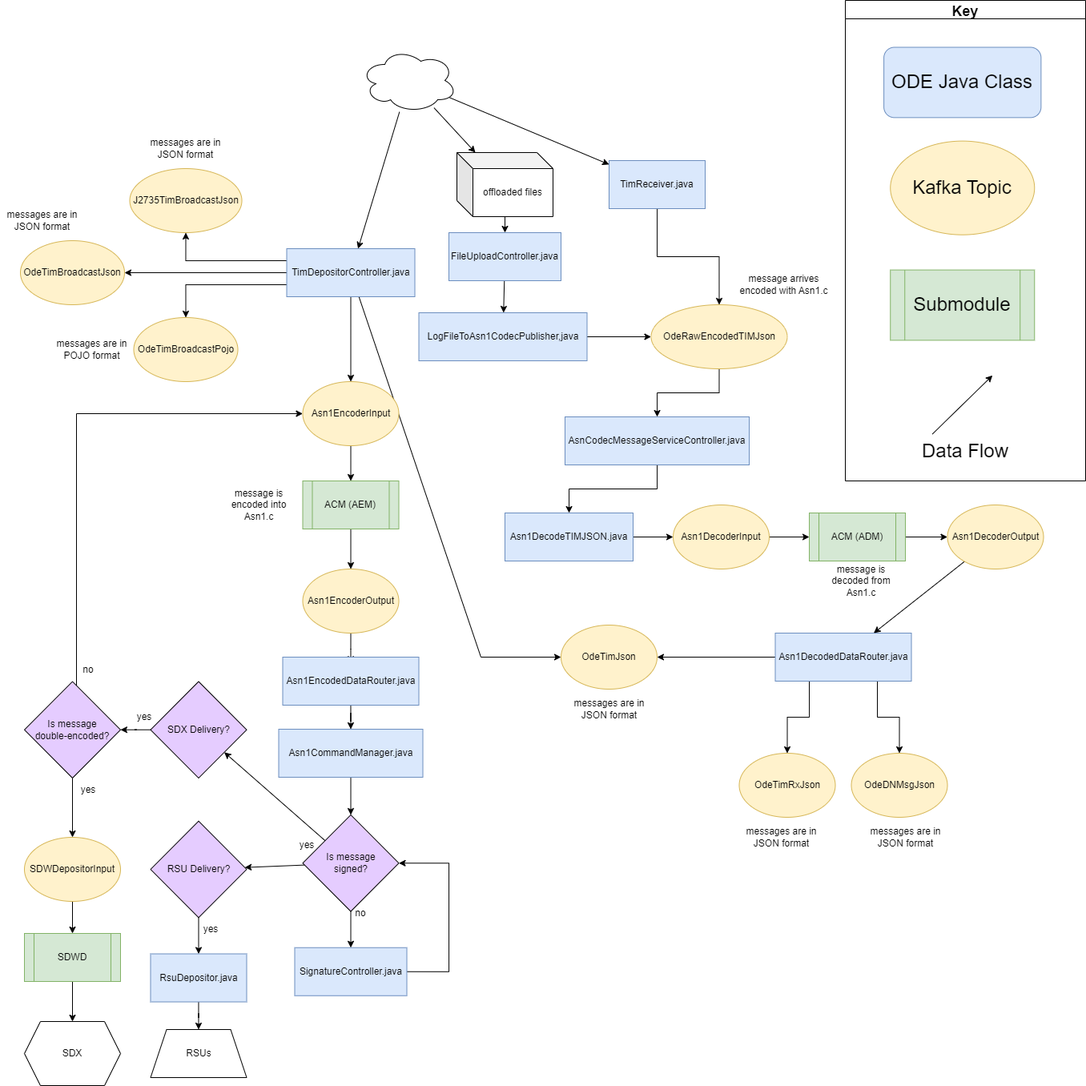
Earlier version of the draw.io export docs/data-flow-diagrams/tim/TIM Data Flow.drawio.png (usdot-jpo-ode/jpo-ode). Source tidied: cells renumbered, new cells last; positions are measured from the earlier drawing's top-left corner, leaving out a move shared by most shapes.
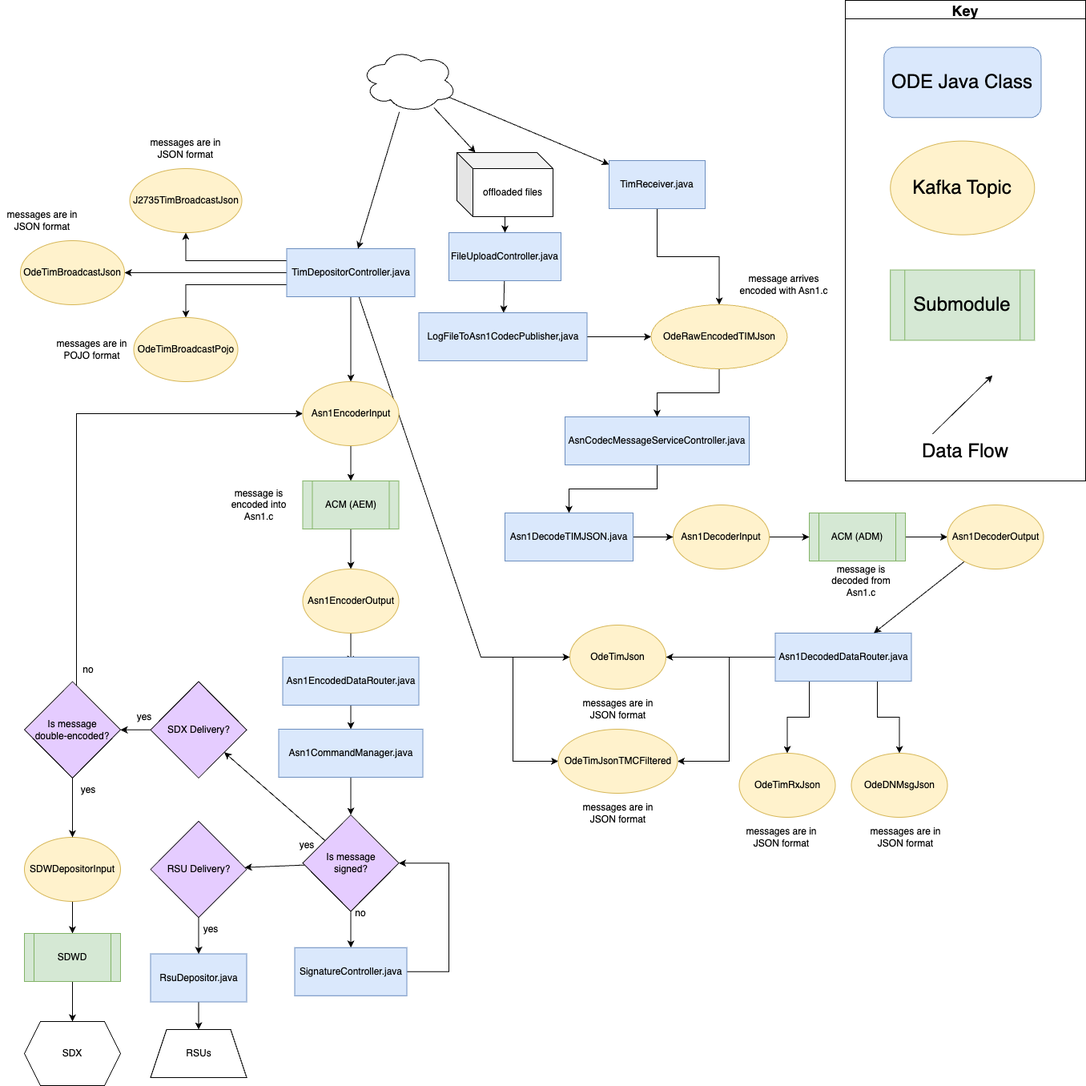
Above is the later version.

Commit message:
TIM Dataflow Diagram Update

What changed in the source:
```diff
@@ -2,7 +2,7 @@
   <root>
     <mxCell id="0" />
     <mxCell id="1" parent="0" />
-    <mxCell id="2" style="edgeStyle=orthogonalEdgeStyle;rounded=0;jettySize=auto;html=1;entryX=1;entryY=0.5;entryDx=0;entryDy=0;exitX=0;exitY=0.5;exitDx=0;exitDy=0;" parent="1" edge="1" source="5" target="22">
+    <mxCell id="2" style="rounded=0;jettySize=auto;html=1;entryX=1;entryY=0.5;entryDx=0;entryDy=0;exitX=0;exitY=0.5;exitDx=0;exitDy=0;" parent="1" edge="1" source="5" target="22">
       <mxGeometry relative="1" as="geometry" />
     </mxCell>
     <mxCell id="3" style="edgeStyle=orthogonalEdgeStyle;rounded=0;jettySize=auto;html=1;exitX=0.25;exitY=1;exitDx=0;exitDy=0;" parent="1" edge="1" source="5" target="21">
@@ -63,7 +63,7 @@
       <mxGeometry x="922.5" y="940" width="120" height="80" as="geometry" />
     </mxCell>
     <mxCell id="22" value="OdeTimJson" style="ellipse;whiteSpace=wrap;html=1;fillColor=#fff2cc;strokeColor=#d6b656;" parent="1" vertex="1">
-      <mxGeometry x="700" y="780" width="120" height="80" as="geometry" />
+      <mxGeometry x="711" y="780" width="120" height="80" as="geometry" />
     </mxCell>
     <mxCell id="23" style="edgeStyle=orthogonalEdgeStyle;rounded=0;jettySize=auto;html=1;" parent="1" edge="1" source="28" target="31">
       <mxGeometry relative="1" as="geometry" />
@@ -150,7 +150,7 @@
       <mxGeometry x="267.5" y="605" width="110" height="50" as="geometry" />
     </mxCell>
     <mxCell id="48" value="messages are in JSON format" style="text;html=1;strokeColor=none;fillColor=none;align=center;verticalAlign=middle;whiteSpace=wrap;rounded=0;" parent="1" vertex="1">
-      <mxGeometry x="707.5" y="860" width="105" height="50" as="geometry" />
+      <mxGeometry x="718.5" y="860" width="105" height="50" as="geometry" />
     </mxCell>
     <mxCell id="49" value="messages are in JSON format" style="text;html=1;strokeColor=none;fillColor=none;align=center;verticalAlign=middle;whiteSpace=wrap;rounded=0;" parent="1" vertex="1">
       <mxGeometry x="922.5" y="1020" width="105" height="50" as="geometry" />
@@ -308,5 +308,27 @@
     <mxCell id="95" value="yes" style="text;html=1;strokeColor=none;fillColor=none;align=center;verticalAlign=middle;whiteSpace=wrap;rounded=0;" parent="1" vertex="1">
       <mxGeometry x="150" y="880" width="60" height="30" as="geometry" />
     </mxCell>
+    <mxCell id="96" value="OdeTimJsonTMCFiltered" style="ellipse;whiteSpace=wrap;html=1;fillColor=#fff2cc;strokeColor=#d6b656;" parent="1" vertex="1">
+      <mxGeometry x="696.5" y="910" width="149" height="80" as="geometry" />
+    </mxCell>
+    <mxCell id="97" style="rounded=0;jettySize=auto;html=1;entryX=1;entryY=0.5;entryDx=0;entryDy=0;" parent="1" edge="1" target="96">
+      <mxGeometry relative="1" as="geometry">
+        <mxPoint x="910" y="820" as="sourcePoint" />
+        <Array as="points">
+          <mxPoint x="910" y="950" />
+        </Array>
+      </mxGeometry>
+    </mxCell>
+    <mxCell id="98" style="rounded=0;jettySize=auto;html=1;entryX=0;entryY=0.5;entryDx=0;entryDy=0;" parent="1" edge="1" target="96">
+      <mxGeometry relative="1" as="geometry">
+        <mxPoint x="640" y="820" as="sourcePoint" />
+        <Array as="points">
+          <mxPoint x="640" y="950" />
+        </Array>
+      </mxGeometry>
+    </mxCell>
+    <mxCell id="99" value="messages are in JSON format" style="text;html=1;strokeColor=none;fillColor=none;align=center;verticalAlign=middle;whiteSpace=wrap;rounded=0;" parent="1" vertex="1">
+      <mxGeometry x="718.5" y="990" width="105" height="50" as="geometry" />
+    </mxCell>
   </root>
 </mxGraphModel>
```
